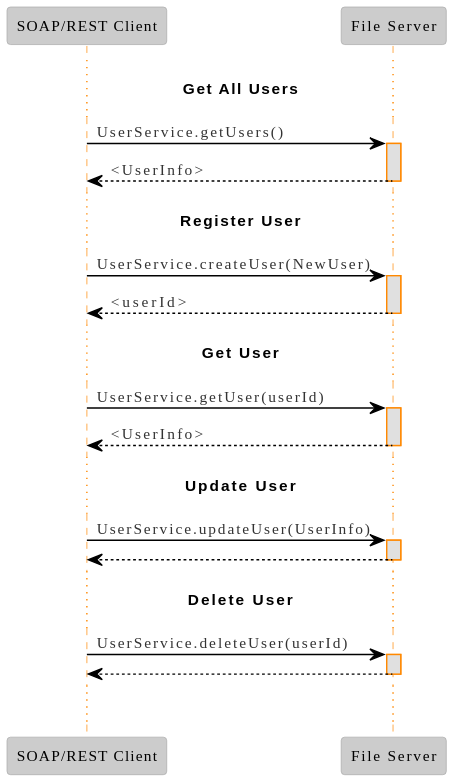
Before: docs/img/Sequence Diagram - Server - Manage Users.svg, a diagram exported from PlantUML (eluinstra/file-server-documentation).
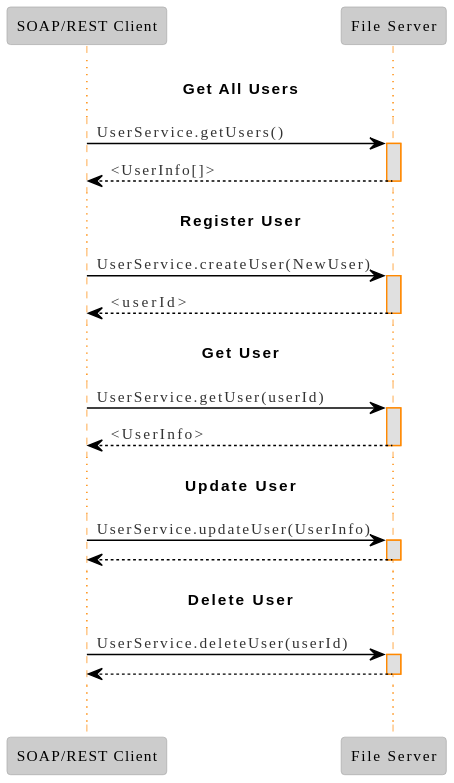
Later version of the same file.

What changed in the source:
```diff
@@ -12,7 +12,7 @@
 app -> fs: UserService.getUsers()
 activate fs
 
-fs --> app: <UserInfo>
+fs --> app: <UserInfo[]>
 deactivate fs
 
 ... <b>Register User ...
```
